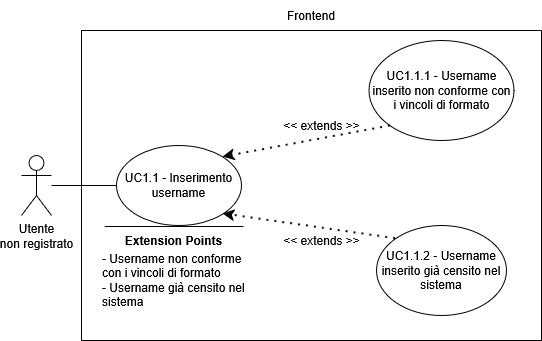
The draw.io diagram assets/diagrams/UC1_1.png in SkarabGroup/DocumentazioneProgetto, before a commit. Source tidied: cells renumbered, new cells last; positions are measured from the earlier drawing's top-left corner, leaving out a move shared by most shapes. The source it was exported from:
```xml
<mxGraphModel>
  <root>
    <mxCell id="0" />
    <mxCell id="1" parent="0" />
    <mxCell id="2" value="&lt;div&gt;Utente&lt;/div&gt;&lt;div&gt;non registrato&lt;/div&gt;" style="shape=umlActor;verticalLabelPosition=bottom;verticalAlign=top;html=1;outlineConnect=0;" parent="1" vertex="1">
      <mxGeometry y="155" width="30" height="60" as="geometry" />
    </mxCell>
    <mxCell id="3" style="swimlane;startSize=0;" parent="1" vertex="1">
      <mxGeometry x="60" y="30" width="460" height="310" as="geometry" />
    </mxCell>
    <mxCell id="4" value="&lt;div&gt;UC1.1 - Inserimento username&lt;/div&gt;" style="ellipse;whiteSpace=wrap;html=1;" parent="3" vertex="1">
      <mxGeometry x="35" y="115" width="125" height="80" as="geometry" />
    </mxCell>
    <mxCell id="5" value="UC1.1.1 - Username inserito non conforme con i vincoli di formato" style="ellipse;whiteSpace=wrap;html=1;" parent="3" vertex="1">
      <mxGeometry x="287.5" y="10" width="145" height="100" as="geometry" />
    </mxCell>
    <mxCell id="6" style="endArrow=classic;dashed=1;html=1;dashPattern=1 3;strokeWidth=2;rounded=0;entryX=1;entryY=0;entryDx=0;entryDy=0;exitX=0;exitY=1;exitDx=0;exitDy=0;strokeColor=default;curved=0;endFill=1;endSize=6;" parent="3" edge="1" source="5" target="4">
      <mxGeometry relative="1" as="geometry" />
    </mxCell>
    <mxCell id="7" value="&lt;div&gt;&amp;lt;&amp;lt; extends &amp;gt;&amp;gt;&lt;/div&gt;" style="text;html=1;whiteSpace=wrap;strokeColor=none;fillColor=none;align=center;verticalAlign=middle;rounded=0;" parent="3" vertex="1">
      <mxGeometry x="192.5" y="80" width="95" height="30" as="geometry" />
    </mxCell>
    <mxCell id="8" value="UC1.1.2 - Username inserito già censito nel sistema" style="ellipse;whiteSpace=wrap;html=1;" parent="3" vertex="1">
      <mxGeometry x="295" y="195" width="130" height="90" as="geometry" />
    </mxCell>
    <mxCell id="9" style="endArrow=classic;dashed=1;html=1;dashPattern=1 3;strokeWidth=2;rounded=0;entryX=1;entryY=1;entryDx=0;entryDy=0;exitX=0;exitY=0;exitDx=0;exitDy=0;strokeColor=default;curved=0;endFill=1;endSize=6;" parent="3" edge="1" source="8" target="4">
      <mxGeometry relative="1" as="geometry" />
    </mxCell>
    <mxCell id="10" value="&amp;lt;&amp;lt; extends &amp;gt;&amp;gt;" style="text;html=1;whiteSpace=wrap;strokeColor=none;fillColor=none;align=center;verticalAlign=middle;rounded=0;" parent="3" vertex="1">
      <mxGeometry x="192.5" y="195" width="95" height="30" as="geometry" />
    </mxCell>
    <mxCell id="11" style="endArrow=none;html=1;rounded=0;" parent="3" edge="1">
      <mxGeometry relative="1" as="geometry">
        <mxPoint x="162" y="196" as="sourcePoint" />
        <mxPoint x="23.2" y="196" as="targetPoint" />
      </mxGeometry>
    </mxCell>
    <mxCell id="12" value="&lt;b&gt;Extension Points&lt;/b&gt;" style="text;html=1;whiteSpace=wrap;strokeColor=none;fillColor=none;align=center;verticalAlign=middle;rounded=0;strokeWidth=5;" parent="3" vertex="1">
      <mxGeometry x="35" y="195" width="115" height="30" as="geometry" />
    </mxCell>
    <mxCell id="13" value="&lt;div align=&quot;left&quot;&gt;- Username non conforme con i vincoli di formato&lt;/div&gt;&lt;div align=&quot;left&quot;&gt;- Username già censito nel sistema&lt;/div&gt;" style="text;html=1;whiteSpace=wrap;strokeColor=none;fillColor=none;align=left;verticalAlign=middle;rounded=0;" parent="3" vertex="1">
      <mxGeometry x="19" y="205" width="147" height="90" as="geometry" />
    </mxCell>
    <mxCell id="14" style="endArrow=none;html=1;rounded=0;entryX=0;entryY=0.5;entryDx=0;entryDy=0;" parent="1" edge="1" source="2" target="4">
      <mxGeometry relative="1" as="geometry" />
    </mxCell>
    <mxCell id="15" value="Frontend" style="text;html=1;whiteSpace=wrap;strokeColor=none;fillColor=none;align=center;verticalAlign=middle;rounded=0;" parent="1" vertex="1">
      <mxGeometry x="260" width="60" height="30" as="geometry" />
    </mxCell>
  </root>
</mxGraphModel>
```
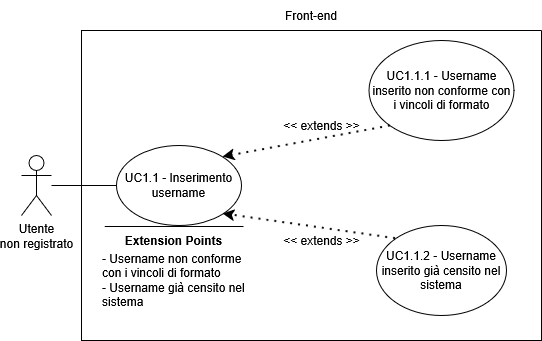
The same file after the commit.

The edit, as a diff of the source:
```diff
@@ -44,7 +44,7 @@
     <mxCell id="14" style="endArrow=none;html=1;rounded=0;entryX=0;entryY=0.5;entryDx=0;entryDy=0;" parent="1" edge="1" source="2" target="4">
       <mxGeometry relative="1" as="geometry" />
     </mxCell>
-    <mxCell id="15" value="Frontend" style="text;html=1;whiteSpace=wrap;strokeColor=none;fillColor=none;align=center;verticalAlign=middle;rounded=0;" parent="1" vertex="1">
+    <mxCell id="15" value="Front-end" style="text;html=1;whiteSpace=wrap;strokeColor=none;fillColor=none;align=center;verticalAlign=middle;rounded=0;" parent="1" vertex="1">
       <mxGeometry x="260" width="60" height="30" as="geometry" />
     </mxCell>
   </root>
```
